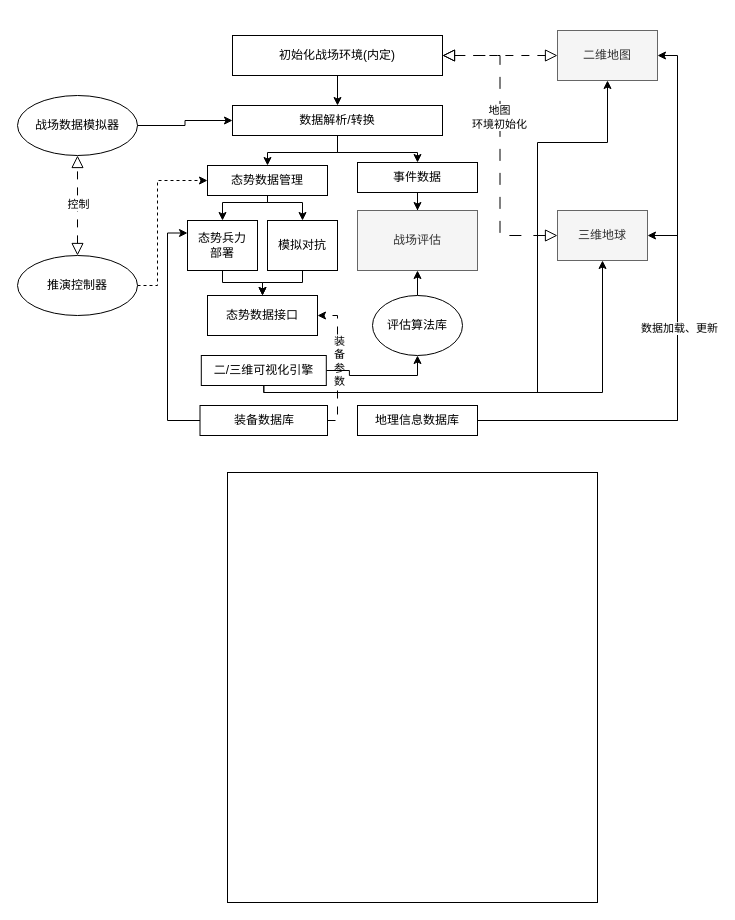
Above: page "第 4 页" (4 of 4) of 态势感知体系图.drawio in paleblackless/diagrams (draw.io), before the change. Source tidied: cells renumbered, new cells numbered last; positions are measured from the earlier drawing's top-left corner, leaving out a move shared by most shapes. Both pictures are drawn from the tidied source at 100%, with x=0, y=0 at pixel (17, 30).
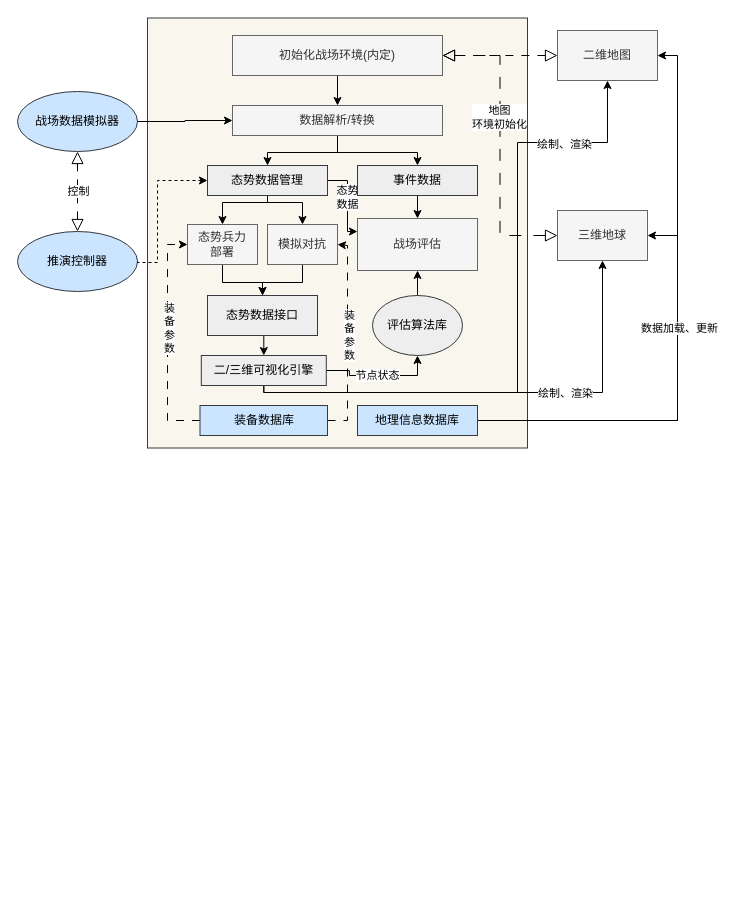
After the change.

Commit message:
更新态势感知体系图.drawio

Change to the diagram source:
```diff
@@
+    <mxCell id="45" style="group;" parent="1" vertex="1">
+      <mxGeometry width="660" height="417.5" as="geometry" />
+    </mxCell>
-    <mxCell id="2" style="rounded=0;whiteSpace=wrap;html=1;fillColor=none;" parent="1" vertex="1">
-      <mxGeometry x="210" y="442" width="370" height="430" as="geometry" />
+    <mxCell id="2" style="rounded=0;whiteSpace=wrap;html=1;fillColor=#f9f7ed;strokeColor=#36393d;" parent="45" vertex="1">
+      <mxGeometry x="130" y="-12.5" width="380" height="430" as="geometry" />
     </mxCell>
-    <mxCell id="3" style="group;" parent="1" vertex="1">
-      <mxGeometry y="65" width="120" height="190" as="geometry" />
+    <mxCell id="3" style="group;" parent="45" vertex="1">
+      <mxGeometry y="65" width="120" height="196" as="geometry" />
     </mxCell>
-    <mxCell id="4" value="战场数据模拟器" style="ellipse;whiteSpace=wrap;html=1;" parent="3" vertex="1">
-      <mxGeometry width="120" height="60" as="geometry" />
+    <mxCell id="4" value="战场数据模拟器" style="ellipse;whiteSpace=wrap;html=1;fillColor=#cce5ff;strokeColor=#36393d;" parent="3" vertex="1">
+      <mxGeometry y="-4" width="120" height="60" as="geometry" />
     </mxCell>
+    <mxCell id="41" value="推演控制器" style="ellipse;whiteSpace=wrap;html=1;fillColor=#cce5ff;strokeColor=#36393d;" parent="3" vertex="1">
+      <mxGeometry y="136" width="120" height="60" as="geometry" />
+    </mxCell>
+    <mxCell id="42" style="edgeStyle=orthogonalEdgeStyle;rounded=0;jettySize=auto;html=1;exitX=0.5;exitY=0;exitDx=0;exitDy=0;startArrow=block;startFill=0;dashed=1;dashPattern=8 8;endArrow=block;endFill=0;startSize=10;endSize=10;entryX=0.5;entryY=1;entryDx=0;entryDy=0;" parent="3" edge="1" source="41" target="4">
+      <mxGeometry relative="1" as="geometry" />
+    </mxCell>
+    <mxCell id="43" value="控制" style="edgeLabel;html=1;align=center;verticalAlign=middle;" parent="42" vertex="1">
+      <mxGeometry x="0.03" relative="1" as="geometry" />
+    </mxCell>
-    <mxCell id="5" style="edgeStyle=orthogonalEdgeStyle;rounded=0;jettySize=auto;html=1;entryX=1;entryY=0.5;entryDx=0;entryDy=0;startArrow=block;startFill=0;endArrow=block;endFill=0;startSize=10;endSize=10;dashed=1;dashPattern=8 8;" parent="1" edge="1" source="6" target="19">
+    <mxCell id="5" style="edgeStyle=orthogonalEdgeStyle;rounded=0;jettySize=auto;html=1;entryX=1;entryY=0.5;entryDx=0;entryDy=0;startArrow=block;startFill=0;endArrow=block;endFill=0;startSize=10;endSize=10;dashed=1;dashPattern=8 8;" parent="45" edge="1" source="6" target="19">
       <mxGeometry relative="1" as="geometry" />
     </mxCell>
-    <mxCell id="6" value="二维地图" style="rounded=0;whiteSpace=wrap;html=1;fillColor=#f5f5f5;fontColor=#333333;strokeColor=#666666;" parent="1" vertex="1">
+    <mxCell id="6" value="二维地图" style="rounded=0;whiteSpace=wrap;html=1;fillColor=#f5f5f5;fontColor=#333333;strokeColor=#666666;" parent="45" vertex="1">
       <mxGeometry x="540" width="100" height="50" as="geometry" />
     </mxCell>
-    <mxCell id="7" style="edgeStyle=orthogonalEdgeStyle;rounded=0;jettySize=auto;html=1;exitX=0;exitY=0.5;exitDx=0;exitDy=0;entryX=1;entryY=0.5;entryDx=0;entryDy=0;dashed=1;dashPattern=12 12;startArrow=block;startFill=0;endArrow=block;endFill=0;startSize=10;endSize=10;" parent="1" edge="1" source="9" target="19">
+    <mxCell id="7" style="edgeStyle=orthogonalEdgeStyle;rounded=0;jettySize=auto;html=1;exitX=0;exitY=0.5;exitDx=0;exitDy=0;entryX=1;entryY=0.5;entryDx=0;entryDy=0;dashed=1;dashPattern=12 12;startArrow=block;startFill=0;endArrow=block;endFill=0;startSize=10;endSize=10;" parent="45" edge="1" source="9" target="19">
       <mxGeometry relative="1" as="geometry" />
     </mxCell>
@@
-    <mxCell id="9" value="三维地球" style="rounded=0;whiteSpace=wrap;html=1;fillColor=#f5f5f5;fontColor=#333333;strokeColor=#666666;" parent="1" vertex="1">
+    <mxCell id="9" value="三维地球" style="rounded=0;whiteSpace=wrap;html=1;fillColor=#f5f5f5;fontColor=#333333;strokeColor=#666666;" parent="45" vertex="1">
       <mxGeometry x="540" y="180" width="90" height="50" as="geometry" />
     </mxCell>
-    <mxCell id="10" style="edgeStyle=orthogonalEdgeStyle;rounded=0;jettySize=auto;html=1;entryX=1;entryY=0.5;entryDx=0;entryDy=0;dashed=1;dashPattern=8 8;" parent="1" edge="1" source="13" target="35">
+    <mxCell id="10" style="edgeStyle=orthogonalEdgeStyle;rounded=0;jettySize=auto;html=1;entryX=1;entryY=0.5;entryDx=0;entryDy=0;dashed=1;dashPattern=8 8;" parent="45" edge="1" source="13" target="34">
       <mxGeometry relative="1" as="geometry">
         <Array as="points">
-          <mxPoint x="320" y="390" />
-          <mxPoint x="320" y="285" />
+          <mxPoint x="330" y="390" />
+          <mxPoint x="330" y="215" />
         </Array>
       </mxGeometry>
     </mxCell>
@@
-    <mxCell id="12" style="edgeStyle=orthogonalEdgeStyle;rounded=0;jettySize=auto;html=1;exitX=0;exitY=0.5;exitDx=0;exitDy=0;entryX=0;entryY=0.25;entryDx=0;entryDy=0;" parent="1" edge="1" source="13" target="32">
+    <mxCell id="12" style="edgeStyle=orthogonalEdgeStyle;rounded=0;jettySize=auto;html=1;exitX=0;exitY=0.5;exitDx=0;exitDy=0;entryX=0;entryY=0.5;entryDx=0;entryDy=0;dashed=1;dashPattern=8 8;" parent="45" edge="1" source="13" target="32">
       <mxGeometry relative="1" as="geometry" />
     </mxCell>
+    <mxCell id="46" value="装&lt;div&gt;备&lt;div&gt;参&lt;/div&gt;&lt;div&gt;数&lt;/div&gt;&lt;/div&gt;" style="edgeLabel;html=1;align=center;verticalAlign=middle;" parent="12" vertex="1">
+      <mxGeometry x="0.09" y="-1" relative="1" as="geometry" />
+    </mxCell>
-    <mxCell id="13" value="装备数据库" style="rounded=0;whiteSpace=wrap;html=1;" parent="1" vertex="1">
+    <mxCell id="13" value="装备数据库" style="rounded=0;whiteSpace=wrap;html=1;fillColor=#cce5ff;strokeColor=#36393d;" parent="45" vertex="1">
       <mxGeometry x="182.5" y="375" width="127.5" height="30" as="geometry" />
     </mxCell>
-    <mxCell id="14" style="edgeStyle=orthogonalEdgeStyle;rounded=0;jettySize=auto;html=1;exitX=1;exitY=0.5;exitDx=0;exitDy=0;entryX=1;entryY=0.5;entryDx=0;entryDy=0;" parent="1" edge="1" source="17" target="6">
+    <mxCell id="14" style="edgeStyle=orthogonalEdgeStyle;rounded=0;jettySize=auto;html=1;exitX=1;exitY=0.5;exitDx=0;exitDy=0;entryX=1;entryY=0.5;entryDx=0;entryDy=0;" parent="45" edge="1" source="17" target="6">
       <mxGeometry relative="1" as="geometry" />
     </mxCell>
-    <mxCell id="15" style="edgeStyle=orthogonalEdgeStyle;rounded=0;jettySize=auto;html=1;entryX=1;entryY=0.5;entryDx=0;entryDy=0;" parent="1" edge="1" source="17" target="9">
+    <mxCell id="15" style="edgeStyle=orthogonalEdgeStyle;rounded=0;jettySize=auto;html=1;entryX=1;entryY=0.5;entryDx=0;entryDy=0;" parent="45" edge="1" source="17" target="9">
       <mxGeometry relative="1" as="geometry">
         <Array as="points">
           <mxPoint x="660" y="390" />
           <mxPoint x="660" y="205" />
         </Array>
       </mxGeometry>
     </mxCell>
@@
-    <mxCell id="17" value="地理信息数据库" style="rounded=0;whiteSpace=wrap;html=1;" parent="1" vertex="1">
+    <mxCell id="17" value="地理信息数据库" style="rounded=0;whiteSpace=wrap;html=1;fillColor=#cce5ff;strokeColor=#36393d;" parent="45" vertex="1">
       <mxGeometry x="340" y="375" width="120" height="30" as="geometry" />
     </mxCell>
-    <mxCell id="18" style="edgeStyle=orthogonalEdgeStyle;rounded=0;jettySize=auto;html=1;exitX=0.5;exitY=1;exitDx=0;exitDy=0;entryX=0.5;entryY=0;entryDx=0;entryDy=0;" parent="1" edge="1" source="19" target="22">
+    <mxCell id="18" style="edgeStyle=orthogonalEdgeStyle;rounded=0;jettySize=auto;html=1;exitX=0.5;exitY=1;exitDx=0;exitDy=0;entryX=0.5;entryY=0;entryDx=0;entryDy=0;" parent="45" edge="1" source="19" target="22">
       <mxGeometry relative="1" as="geometry" />
     </mxCell>
-    <mxCell id="19" value="初始化战场环境(内定)" style="rounded=0;whiteSpace=wrap;html=1;" parent="1" vertex="1">
+    <mxCell id="19" value="初始化战场环境(内定)" style="rounded=0;whiteSpace=wrap;html=1;fillColor=#f5f5f5;fontColor=#333333;strokeColor=#666666;" parent="45" vertex="1">
       <mxGeometry x="215" y="5" width="210" height="40" as="geometry" />
     </mxCell>
-    <mxCell id="20" style="edgeStyle=orthogonalEdgeStyle;rounded=0;jettySize=auto;html=1;" parent="1" edge="1" source="22" target="25">
+    <mxCell id="20" style="edgeStyle=orthogonalEdgeStyle;rounded=0;jettySize=auto;html=1;" parent="45" edge="1" source="22" target="25">
       <mxGeometry relative="1" as="geometry">
         <Array as="points">
           <mxPoint x="320" y="122" />
           <mxPoint x="250" y="122" />
         </Array>
       </mxGeometry>
     </mxCell>
-    <mxCell id="21" style="edgeStyle=orthogonalEdgeStyle;rounded=0;jettySize=auto;html=1;entryX=0.5;entryY=0;entryDx=0;entryDy=0;" parent="1" edge="1" source="22" target="27">
+    <mxCell id="21" style="edgeStyle=orthogonalEdgeStyle;rounded=0;jettySize=auto;html=1;entryX=0.5;entryY=0;entryDx=0;entryDy=0;" parent="45" edge="1" source="22" target="27">
       <mxGeometry relative="1" as="geometry">
         <Array as="points">
           <mxPoint x="320" y="122" />
           <mxPoint x="400" y="122" />
         </Array>
       </mxGeometry>
     </mxCell>
-    <mxCell id="22" value="数据解析/转换" style="rounded=0;whiteSpace=wrap;html=1;" parent="1" vertex="1">
+    <mxCell id="22" value="数据解析/转换" style="rounded=0;whiteSpace=wrap;html=1;fillColor=#f5f5f5;fontColor=#333333;strokeColor=#666666;" parent="45" vertex="1">
       <mxGeometry x="215" y="75" width="210" height="30" as="geometry" />
     </mxCell>
-    <mxCell id="23" style="edgeStyle=orthogonalEdgeStyle;rounded=0;jettySize=auto;html=1;exitX=0.5;exitY=1;exitDx=0;exitDy=0;" parent="1" edge="1" source="25" target="32">
+    <mxCell id="23" style="edgeStyle=orthogonalEdgeStyle;rounded=0;jettySize=auto;html=1;exitX=0.5;exitY=1;exitDx=0;exitDy=0;" parent="45" edge="1" source="25" target="32">
       <mxGeometry relative="1" as="geometry">
         <Array as="points">
           <mxPoint x="250" y="172" />
           <mxPoint x="205" y="172" />
         </Array>
       </mxGeometry>
     </mxCell>
-    <mxCell id="24" style="edgeStyle=orthogonalEdgeStyle;rounded=0;jettySize=auto;html=1;exitX=0.5;exitY=1;exitDx=0;exitDy=0;entryX=0.5;entryY=0;entryDx=0;entryDy=0;" parent="1" edge="1" source="25" target="34">
+    <mxCell id="24" style="edgeStyle=orthogonalEdgeStyle;rounded=0;jettySize=auto;html=1;exitX=0.5;exitY=1;exitDx=0;exitDy=0;entryX=0.5;entryY=0;entryDx=0;entryDy=0;" parent="45" edge="1" source="25" target="34">
       <mxGeometry relative="1" as="geometry">
         <Array as="points">
           <mxPoint x="250" y="172" />
           <mxPoint x="285" y="172" />
         </Array>
       </mxGeometry>
     </mxCell>
+    <mxCell id="47" style="edgeStyle=orthogonalEdgeStyle;rounded=0;jettySize=auto;html=1;exitX=1;exitY=0.5;exitDx=0;exitDy=0;entryX=0;entryY=0.25;entryDx=0;entryDy=0;" parent="45" edge="1" source="25" target="28">
+      <mxGeometry relative="1" as="geometry">
+        <Array as="points">
+          <mxPoint x="330" y="150" />
+          <mxPoint x="330" y="201" />
+        </Array>
+      </mxGeometry>
+    </mxCell>
+    <mxCell id="48" value="态势&lt;div&gt;数据&lt;/div&gt;" style="edgeLabel;html=1;align=center;verticalAlign=middle;" parent="47" vertex="1">
+      <mxGeometry x="-0.11" y="-1" relative="1" as="geometry" />
+    </mxCell>
-    <mxCell id="25" value="态势数据管理" style="rounded=0;whiteSpace=wrap;html=1;" parent="1" vertex="1">
+    <mxCell id="25" value="态势数据管理" style="rounded=0;whiteSpace=wrap;html=1;fillColor=#eeeeee;strokeColor=#36393d;" parent="45" vertex="1">
       <mxGeometry x="190" y="135" width="120" height="30" as="geometry" />
     </mxCell>
-    <mxCell id="26" style="edgeStyle=orthogonalEdgeStyle;rounded=0;jettySize=auto;html=1;entryX=0.5;entryY=0;entryDx=0;entryDy=0;" parent="1" edge="1" source="27" target="28">
+    <mxCell id="26" style="edgeStyle=orthogonalEdgeStyle;rounded=0;jettySize=auto;html=1;entryX=0.5;entryY=0;entryDx=0;entryDy=0;" parent="45" edge="1" source="27" target="28">
       <mxGeometry relative="1" as="geometry" />
     </mxCell>
-    <mxCell id="27" value="事件数据" style="rounded=0;whiteSpace=wrap;html=1;" parent="1" vertex="1">
-      <mxGeometry x="340" y="132" width="120" height="30" as="geometry" />
+    <mxCell id="27" value="事件数据" style="rounded=0;whiteSpace=wrap;html=1;fillColor=#eeeeee;strokeColor=#36393d;" parent="45" vertex="1">
+      <mxGeometry x="340" y="135" width="120" height="30" as="geometry" />
     </mxCell>
-    <mxCell id="28" value="战场评估" style="rounded=0;whiteSpace=wrap;html=1;fillColor=#f5f5f5;fontColor=#333333;strokeColor=#666666;" parent="1" vertex="1">
-      <mxGeometry x="340" y="180" width="120" height="60" as="geometry" />
+    <mxCell id="28" value="战场评估" style="rounded=0;whiteSpace=wrap;html=1;fillColor=#f5f5f5;fontColor=#333333;strokeColor=#666666;" parent="45" vertex="1">
+      <mxGeometry x="340" y="188" width="120" height="52" as="geometry" />
     </mxCell>
-    <mxCell id="29" style="edgeStyle=orthogonalEdgeStyle;rounded=0;jettySize=auto;html=1;entryX=0.5;entryY=1;entryDx=0;entryDy=0;" parent="1" edge="1" source="30" target="28">
+    <mxCell id="29" style="edgeStyle=orthogonalEdgeStyle;rounded=0;jettySize=auto;html=1;entryX=0.5;entryY=1;entryDx=0;entryDy=0;" parent="45" edge="1" source="30" target="28">
       <mxGeometry relative="1" as="geometry" />
     </mxCell>
-    <mxCell id="30" value="评估算法库" style="ellipse;whiteSpace=wrap;html=1;" parent="1" vertex="1">
+    <mxCell id="30" value="评估算法库" style="ellipse;whiteSpace=wrap;html=1;fillColor=#eeeeee;strokeColor=#36393d;" parent="45" vertex="1">
       <mxGeometry x="355" y="265" width="90" height="60" as="geometry" />
     </mxCell>
-    <mxCell id="31" style="edgeStyle=orthogonalEdgeStyle;rounded=0;jettySize=auto;html=1;exitX=0.5;exitY=1;exitDx=0;exitDy=0;entryX=0.5;entryY=0;entryDx=0;entryDy=0;" parent="1" edge="1" source="32" target="35">
+    <mxCell id="31" style="edgeStyle=orthogonalEdgeStyle;rounded=0;jettySize=auto;html=1;exitX=0.5;exitY=1;exitDx=0;exitDy=0;entryX=0.5;entryY=0;entryDx=0;entryDy=0;" parent="45" edge="1" source="32" target="35">
       <mxGeometry relative="1" as="geometry">
         <Array as="points">
           <mxPoint x="205" y="252" />
           <mxPoint x="245" y="252" />
         </Array>
       </mxGeometry>
     </mxCell>
-    <mxCell id="32" value="态势兵力&lt;div&gt;部署&lt;/div&gt;" style="rounded=0;whiteSpace=wrap;html=1;" parent="1" vertex="1">
-      <mxGeometry x="170" y="190" width="70" height="50" as="geometry" />
+    <mxCell id="32" value="态势兵力&lt;div&gt;部署&lt;/div&gt;" style="rounded=0;whiteSpace=wrap;html=1;fillColor=#f5f5f5;fontColor=#333333;strokeColor=#666666;" parent="45" vertex="1">
+      <mxGeometry x="170" y="194" width="70" height="40" as="geometry" />
     </mxCell>
-    <mxCell id="33" style="edgeStyle=orthogonalEdgeStyle;rounded=0;jettySize=auto;html=1;entryX=0.5;entryY=0;entryDx=0;entryDy=0;" parent="1" edge="1" source="34" target="35">
+    <mxCell id="33" style="edgeStyle=orthogonalEdgeStyle;rounded=0;jettySize=auto;html=1;entryX=0.5;entryY=0;entryDx=0;entryDy=0;" parent="45" edge="1" source="34" target="35">
       <mxGeometry relative="1" as="geometry">
         <Array as="points">
           <mxPoint x="285" y="252" />
           <mxPoint x="245" y="252" />
         </Array>
       </mxGeometry>
     </mxCell>
-    <mxCell id="34" value="模拟对抗" style="rounded=0;whiteSpace=wrap;html=1;" parent="1" vertex="1">
-      <mxGeometry x="250" y="190" width="70" height="50" as="geometry" />
+    <mxCell id="34" value="模拟对抗" style="rounded=0;whiteSpace=wrap;html=1;fillColor=#f5f5f5;fontColor=#333333;strokeColor=#666666;" parent="45" vertex="1">
+      <mxGeometry x="250" y="194" width="70" height="40" as="geometry" />
     </mxCell>
+    <mxCell id="49" style="edgeStyle=orthogonalEdgeStyle;rounded=0;jettySize=auto;html=1;exitX=0.5;exitY=1;exitDx=0;exitDy=0;entryX=0.5;entryY=0;entryDx=0;entryDy=0;" parent="45" edge="1" source="35" target="39">
+      <mxGeometry relative="1" as="geometry" />
+    </mxCell>
-    <mxCell id="35" value="态势数据接口" style="rounded=0;whiteSpace=wrap;html=1;" parent="1" vertex="1">
+    <mxCell id="35" value="态势数据接口" style="rounded=0;whiteSpace=wrap;html=1;fillColor=#eeeeee;strokeColor=#36393d;" parent="45" vertex="1">
       <mxGeometry x="190" y="265" width="110" height="40" as="geometry" />
     </mxCell>
-    <mxCell id="36" style="edgeStyle=orthogonalEdgeStyle;rounded=0;jettySize=auto;html=1;entryX=0.5;entryY=1;entryDx=0;entryDy=0;" parent="1" edge="1" source="39" target="30">
+    <mxCell id="36" style="edgeStyle=orthogonalEdgeStyle;rounded=0;jettySize=auto;html=1;entryX=0.5;entryY=1;entryDx=0;entryDy=0;" parent="45" edge="1" source="39" target="30">
       <mxGeometry relative="1" as="geometry" />
     </mxCell>
+    <mxCell id="50" value="节点状态" style="edgeLabel;html=1;align=center;verticalAlign=middle;" parent="36" vertex="1">
+      <mxGeometry x="-0.04" y="1" relative="1" as="geometry" />
+    </mxCell>
-    <mxCell id="37" style="edgeStyle=orthogonalEdgeStyle;rounded=0;jettySize=auto;html=1;exitX=0.5;exitY=1;exitDx=0;exitDy=0;entryX=0.5;entryY=1;entryDx=0;entryDy=0;" parent="1" edge="1" source="39" target="9">
+    <mxCell id="37" style="edgeStyle=orthogonalEdgeStyle;rounded=0;jettySize=auto;html=1;exitX=0.5;exitY=1;exitDx=0;exitDy=0;entryX=0.5;entryY=1;entryDx=0;entryDy=0;" parent="45" edge="1" source="39" target="9">
       <mxGeometry relative="1" as="geometry">
         <Array as="points">
           <mxPoint x="246" y="362" />
           <mxPoint x="585" y="362" />
         </Array>
       </mxGeometry>
     </mxCell>
+    <mxCell id="51" value="绘制、渲染" style="edgeLabel;html=1;align=center;verticalAlign=middle;" parent="37" vertex="1">
+      <mxGeometry x="0.29" relative="1" as="geometry" />
+    </mxCell>
-    <mxCell id="38" style="edgeStyle=orthogonalEdgeStyle;rounded=0;jettySize=auto;html=1;exitX=0.5;exitY=1;exitDx=0;exitDy=0;entryX=0.5;entryY=1;entryDx=0;entryDy=0;" parent="1" edge="1" source="39" target="6">
+    <mxCell id="38" style="edgeStyle=orthogonalEdgeStyle;rounded=0;jettySize=auto;html=1;exitX=0.5;exitY=1;exitDx=0;exitDy=0;entryX=0.5;entryY=1;entryDx=0;entryDy=0;" parent="45" edge="1" source="39" target="6">
       <mxGeometry relative="1" as="geometry">
         <Array as="points">
           <mxPoint x="246" y="362" />
-          <mxPoint x="520" y="362" />
-          <mxPoint x="520" y="112" />
+          <mxPoint x="500" y="362" />
+          <mxPoint x="500" y="112" />
           <mxPoint x="590" y="112" />
         </Array>
       </mxGeometry>
     </mxCell>
+    <mxCell id="52" value="绘制、渲染" style="edgeLabel;html=1;align=center;verticalAlign=middle;" parent="38" vertex="1">
+      <mxGeometry x="0.68" y="-1" relative="1" as="geometry" />
+    </mxCell>
-    <mxCell id="39" value="二/三维可视化引擎" style="rounded=0;whiteSpace=wrap;html=1;" parent="1" vertex="1">
+    <mxCell id="39" value="二/三维可视化引擎" style="rounded=0;whiteSpace=wrap;html=1;fillColor=#eeeeee;strokeColor=#36393d;" parent="45" vertex="1">
       <mxGeometry x="183.8" y="325" width="125" height="30" as="geometry" />
     </mxCell>
-    <mxCell id="40" style="edgeStyle=orthogonalEdgeStyle;rounded=0;jettySize=auto;html=1;entryX=0;entryY=0.5;entryDx=0;entryDy=0;dashed=1;" parent="1" edge="1" source="41" target="25">
+    <mxCell id="40" style="edgeStyle=orthogonalEdgeStyle;rounded=0;jettySize=auto;html=1;entryX=0;entryY=0.5;entryDx=0;entryDy=0;dashed=1;exitX=1;exitY=0.5;exitDx=0;exitDy=0;" parent="45" edge="1" source="41" target="25">
       <mxGeometry relative="1" as="geometry">
         <Array as="points">
-          <mxPoint x="140" y="255" />
+          <mxPoint x="120" y="232" />
+          <mxPoint x="140" y="232" />
           <mxPoint x="140" y="150" />
         </Array>
       </mxGeometry>
     </mxCell>
-    <mxCell id="41" value="推演控制器" style="ellipse;whiteSpace=wrap;html=1;" parent="1" vertex="1">
-      <mxGeometry y="225" width="120" height="60" as="geometry" />
-    </mxCell>
-    <mxCell id="42" style="edgeStyle=orthogonalEdgeStyle;rounded=0;jettySize=auto;html=1;exitX=0.5;exitY=0;exitDx=0;exitDy=0;startArrow=block;startFill=0;dashed=1;dashPattern=8 8;endArrow=block;endFill=0;startSize=10;endSize=10;entryX=0.5;entryY=1;entryDx=0;entryDy=0;" parent="1" edge="1" source="41" target="4">
-      <mxGeometry relative="1" as="geometry" />
-    </mxCell>
-    <mxCell id="43" value="控制" style="edgeLabel;html=1;align=center;verticalAlign=middle;" parent="42" vertex="1">
-      <mxGeometry x="0.03" relative="1" as="geometry" />
-    </mxCell>
-    <mxCell id="44" style="edgeStyle=orthogonalEdgeStyle;rounded=0;jettySize=auto;html=1;entryX=0;entryY=0.5;entryDx=0;entryDy=0;" parent="1" edge="1" source="4" target="22">
+    <mxCell id="44" style="edgeStyle=orthogonalEdgeStyle;rounded=0;jettySize=auto;html=1;entryX=0;entryY=0.5;entryDx=0;entryDy=0;" parent="45" edge="1" source="4" target="22">
       <mxGeometry relative="1" as="geometry" />
     </mxCell>
```
